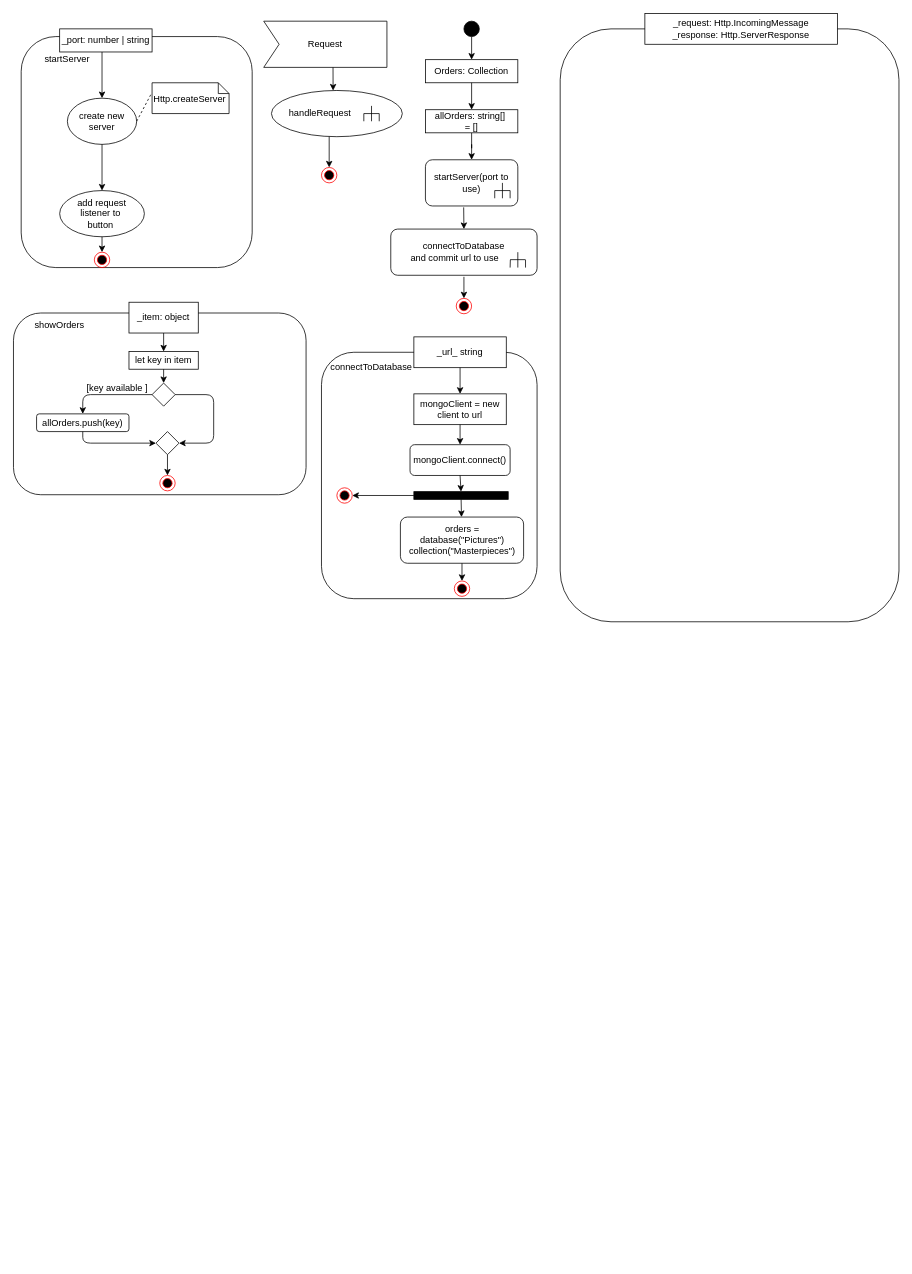
This is page "Server" (7 of 7) of Endabgabe/Konzeption/Konzeption.drawio from KohlerAl/EIA2, a draw.io file, before an edit. Source tidied: cells renumbered, new cells numbered last; positions are measured from the earlier drawing's top-left corner, leaving out a move shared by most shapes. Both pictures are drawn from the tidied source at 77%, with x=0, y=0 at pixel (13, 13).
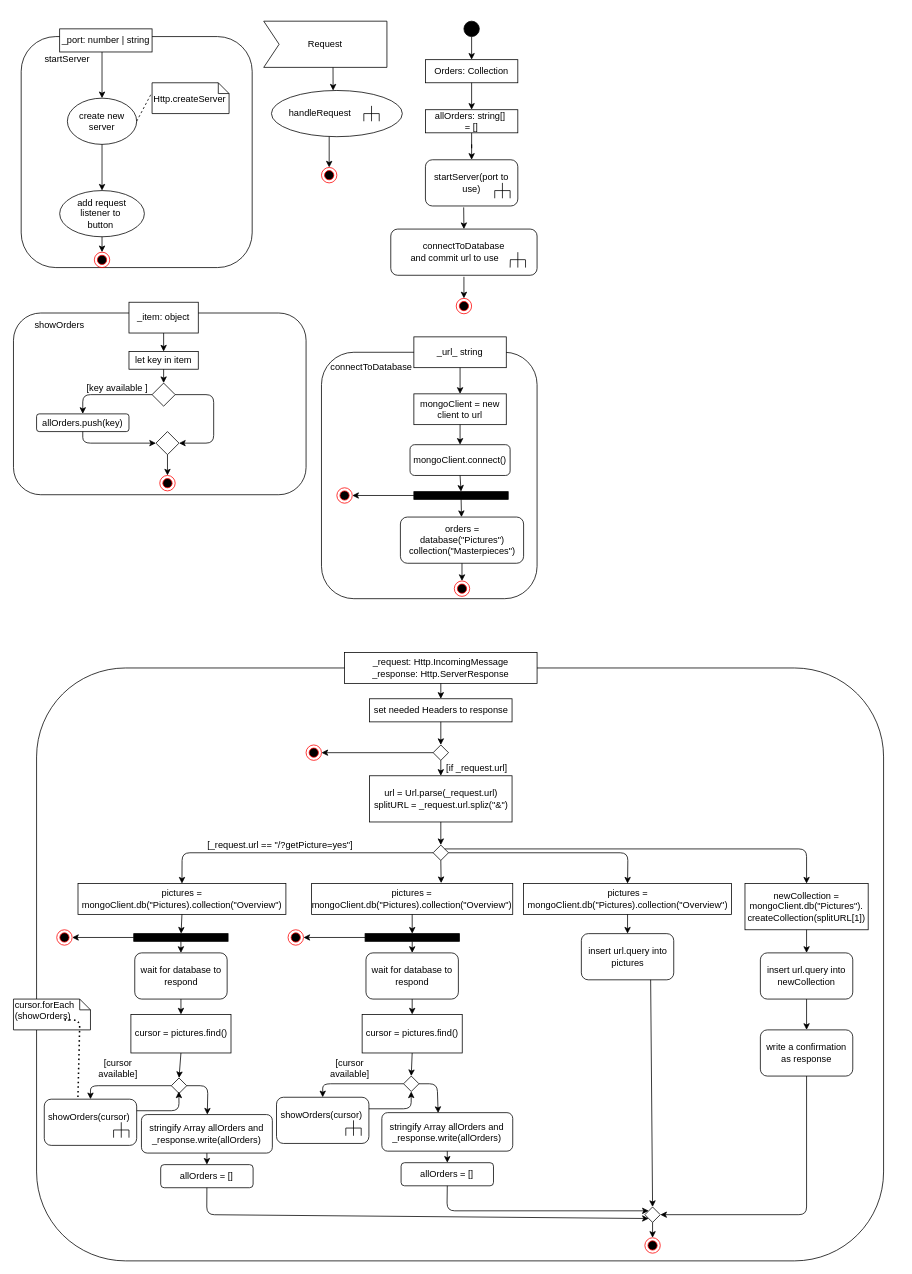
After the change.

The edit, as a diff of the source:
```diff
@@
     <mxCell id="76" style="rounded=1;whiteSpace=wrap;html=1;" parent="1" vertex="1">
-      <mxGeometry x="710" y="20" width="440" height="770" as="geometry" />
+      <mxGeometry x="30" y="850" width="1100" height="770" as="geometry" />
     </mxCell>
     <mxCell id="77" value="_request: Http.IncomingMessage&lt;br&gt;_response: Http.ServerResponse" style="rounded=0;whiteSpace=wrap;html=1;" parent="1" vertex="1">
-      <mxGeometry x="820" width="250" height="40" as="geometry" />
+      <mxGeometry x="430" y="830" width="250" height="40" as="geometry" />
     </mxCell>
+    <mxCell id="78" value="wait for database to respond" style="rounded=1;whiteSpace=wrap;html=1;" parent="1" vertex="1">
+      <mxGeometry x="157.5" y="1220" width="120" height="60" as="geometry" />
+    </mxCell>
+    <mxCell id="79" value="set needed Headers to response" style="rounded=0;whiteSpace=wrap;html=1;" parent="1" vertex="1">
+      <mxGeometry x="462.5" y="890" width="185" height="30" as="geometry" />
+    </mxCell>
+    <mxCell id="80" style="rhombus;whiteSpace=wrap;html=1;" parent="1" vertex="1">
+      <mxGeometry x="545" y="950" width="20" height="20" as="geometry" />
+    </mxCell>
+    <mxCell id="81" value="url = Url.parse(_request.url)&lt;br&gt;splitURL = _request.url.spliz(&quot;&amp;amp;&quot;)" style="rounded=0;whiteSpace=wrap;html=1;" parent="1" vertex="1">
+      <mxGeometry x="462.5" y="990" width="185" height="60" as="geometry" />
+    </mxCell>
+    <mxCell id="82" style="rhombus;whiteSpace=wrap;html=1;" parent="1" vertex="1">
+      <mxGeometry x="545" y="1080" width="20" height="20" as="geometry" />
+    </mxCell>
+    <mxCell id="83" style="endArrow=classic;html=1;exitX=0.5;exitY=1;exitDx=0;exitDy=0;entryX=0.5;entryY=0;entryDx=0;entryDy=0;" parent="1" edge="1" source="77" target="79">
+      <mxGeometry relative="1" as="geometry" />
+    </mxCell>
+    <mxCell id="84" style="endArrow=classic;html=1;exitX=0.5;exitY=1;exitDx=0;exitDy=0;entryX=0.5;entryY=0;entryDx=0;entryDy=0;" parent="1" edge="1" source="79" target="80">
+      <mxGeometry relative="1" as="geometry" />
+    </mxCell>
+    <mxCell id="85" style="endArrow=classic;html=1;exitX=0.5;exitY=1;exitDx=0;exitDy=0;entryX=0.5;entryY=0;entryDx=0;entryDy=0;" parent="1" edge="1" source="80" target="81">
+      <mxGeometry relative="1" as="geometry" />
+    </mxCell>
+    <mxCell id="86" style="endArrow=classic;html=1;exitX=0.5;exitY=1;exitDx=0;exitDy=0;entryX=0.5;entryY=0;entryDx=0;entryDy=0;" parent="1" edge="1" source="81" target="82">
+      <mxGeometry relative="1" as="geometry" />
+    </mxCell>
+    <mxCell id="87" value="pictures = mongoClient.db(&quot;Pictures).collection(&quot;Overview&quot;)" style="rounded=0;whiteSpace=wrap;html=1;" parent="1" vertex="1">
+      <mxGeometry x="83.8" y="1130" width="270" height="40" as="geometry" />
+    </mxCell>
+    <mxCell id="88" style="endArrow=classic;html=1;entryX=0.5;entryY=0;entryDx=0;entryDy=0;exitX=0.5;exitY=1;exitDx=0;exitDy=0;" parent="1" edge="1" source="89" target="78">
+      <mxGeometry relative="1" as="geometry" />
+    </mxCell>
+    <mxCell id="89" style="rounded=0;whiteSpace=wrap;html=1;fillColor=#000000;" parent="1" vertex="1">
+      <mxGeometry x="156.2" y="1195" width="122.5" height="10" as="geometry" />
+    </mxCell>
+    <mxCell id="90" style="ellipse;html=1;shape=endState;fillColor=#000000;strokeColor=#ff0000;" parent="1" vertex="1">
+      <mxGeometry x="56.2" y="1190" width="20" height="20" as="geometry" />
+    </mxCell>
+    <mxCell id="91" style="endArrow=classic;html=1;exitX=0;exitY=0.5;exitDx=0;exitDy=0;entryX=1;entryY=0.5;entryDx=0;entryDy=0;" parent="1" edge="1" source="89" target="90">
+      <mxGeometry relative="1" as="geometry" />
+    </mxCell>
+    <mxCell id="92" value="showOrders(cursor)&amp;nbsp;&lt;br&gt;&lt;br&gt;" style="rounded=1;whiteSpace=wrap;html=1;fillColor=#FFFFFF;" parent="1" vertex="1">
+      <mxGeometry x="40" y="1410" width="120" height="60" as="geometry" />
+    </mxCell>
+    <mxCell id="93" style="endArrow=none;html=1;" parent="1" edge="1">
+      <mxGeometry relative="1" as="geometry">
+        <mxPoint x="140" y="1460" as="sourcePoint" />
+        <mxPoint x="140" y="1440" as="targetPoint" />
+      </mxGeometry>
+    </mxCell>
+    <mxCell id="94" style="endArrow=none;html=1;" parent="1" edge="1">
+      <mxGeometry relative="1" as="geometry">
+        <mxPoint x="150" y="1450" as="sourcePoint" />
+        <mxPoint x="130" y="1450" as="targetPoint" />
+      </mxGeometry>
+    </mxCell>
+    <mxCell id="95" style="endArrow=none;html=1;" parent="1" edge="1">
+      <mxGeometry relative="1" as="geometry">
+        <mxPoint x="130" y="1460" as="sourcePoint" />
+        <mxPoint x="130" y="1450" as="targetPoint" />
+      </mxGeometry>
+    </mxCell>
+    <mxCell id="96" style="endArrow=none;html=1;" parent="1" edge="1">
+      <mxGeometry relative="1" as="geometry">
+        <mxPoint x="150" y="1460" as="sourcePoint" />
+        <mxPoint x="150" y="1450" as="targetPoint" />
+      </mxGeometry>
+    </mxCell>
+    <mxCell id="97" style="rhombus;whiteSpace=wrap;html=1;" parent="1" vertex="1">
+      <mxGeometry x="205" y="1382.5" width="20" height="20" as="geometry" />
+    </mxCell>
+    <mxCell id="98" style="endArrow=classic;html=1;exitX=0.5;exitY=1;exitDx=0;exitDy=0;entryX=0.5;entryY=0;entryDx=0;entryDy=0;" parent="1" edge="1" source="102" target="97">
+      <mxGeometry relative="1" as="geometry" />
+    </mxCell>
+    <mxCell id="99" style="endArrow=classic;html=1;exitX=1;exitY=0.25;exitDx=0;exitDy=0;" parent="1" edge="1" source="92">
+      <mxGeometry relative="1" as="geometry">
+        <mxPoint x="214.8" y="1400" as="targetPoint" />
+        <Array as="points">
+          <mxPoint x="215" y="1425" />
+        </Array>
+      </mxGeometry>
+    </mxCell>
+    <mxCell id="100" style="endArrow=classic;html=1;entryX=0.5;entryY=0;entryDx=0;entryDy=0;exitX=0;exitY=0.5;exitDx=0;exitDy=0;" parent="1" edge="1" source="97" target="92">
+      <mxGeometry relative="1" as="geometry">
+        <Array as="points">
+          <mxPoint x="100" y="1392.5" />
+        </Array>
+      </mxGeometry>
+    </mxCell>
+    <mxCell id="101" value="[cursor available]" style="text;html=1;strokeColor=none;fillColor=none;align=center;verticalAlign=middle;whiteSpace=wrap;rounded=0;" parent="1" vertex="1">
+      <mxGeometry x="106.2" y="1360" width="60" height="20" as="geometry" />
+    </mxCell>
+    <mxCell id="102" value="cursor = pictures.find()" style="rounded=0;whiteSpace=wrap;html=1;" parent="1" vertex="1">
+      <mxGeometry x="152.5" y="1300" width="130" height="50" as="geometry" />
+    </mxCell>
+    <mxCell id="103" style="endArrow=classic;html=1;exitX=0.5;exitY=1;exitDx=0;exitDy=0;entryX=0.5;entryY=0;entryDx=0;entryDy=0;" parent="1" edge="1" source="78" target="102">
+      <mxGeometry relative="1" as="geometry" />
+    </mxCell>
+    <mxCell id="104" value="cursor.forEach&lt;br&gt;(showOrders)" style="shape=note;whiteSpace=wrap;html=1;size=14;verticalAlign=top;align=left;spacingTop=-6;" parent="1" vertex="1">
+      <mxGeometry y="1280" width="100" height="40" as="geometry" />
+    </mxCell>
+    <mxCell id="105" style="endArrow=none;dashed=1;html=1;strokeWidth=2;exitX=0;exitY=0;exitDx=100;exitDy=27;exitPerimeter=0;entryX=0.364;entryY=-0.027;entryDx=0;entryDy=0;entryPerimeter=0;dashPattern=1 2;" parent="1" edge="1" target="92">
+      <mxGeometry relative="1" as="geometry">
+        <mxPoint x="66.2" y="1307" as="sourcePoint" />
+        <Array as="points">
+          <mxPoint x="86.2" y="1307" />
+        </Array>
+      </mxGeometry>
+    </mxCell>
+    <mxCell id="106" value="stringify Array allOrders and _response.write(allOrders)" style="rounded=1;whiteSpace=wrap;html=1;" parent="1" vertex="1">
+      <mxGeometry x="166.2" y="1430" width="170" height="50" as="geometry" />
+    </mxCell>
+    <mxCell id="107" value="allOrders = []" style="rounded=1;whiteSpace=wrap;html=1;" parent="1" vertex="1">
+      <mxGeometry x="191.2" y="1495" width="120" height="30" as="geometry" />
+    </mxCell>
+    <mxCell id="108" style="ellipse;html=1;shape=endState;fillColor=#000000;strokeColor=#ff0000;" parent="1" vertex="1">
+      <mxGeometry x="820" y="1590" width="20" height="20" as="geometry" />
+    </mxCell>
+    <mxCell id="109" style="endArrow=classic;html=1;exitX=1;exitY=0.5;exitDx=0;exitDy=0;" parent="1" edge="1" source="97" target="106">
+      <mxGeometry relative="1" as="geometry">
+        <Array as="points">
+          <mxPoint x="252.5" y="1392.5" />
+        </Array>
+      </mxGeometry>
+    </mxCell>
+    <mxCell id="110" style="endArrow=classic;html=1;exitX=0.5;exitY=1;exitDx=0;exitDy=0;" parent="1" edge="1" source="106" target="107">
+      <mxGeometry relative="1" as="geometry" />
+    </mxCell>
+    <mxCell id="111" style="endArrow=classic;html=1;exitX=0.5;exitY=1;exitDx=0;exitDy=0;entryX=0;entryY=1;entryDx=0;entryDy=0;" parent="1" edge="1" source="107" target="153">
+      <mxGeometry relative="1" as="geometry">
+        <Array as="points">
+          <mxPoint x="251" y="1560" />
+        </Array>
+      </mxGeometry>
+    </mxCell>
+    <mxCell id="112" style="endArrow=classic;html=1;exitX=0;exitY=0.5;exitDx=0;exitDy=0;entryX=0.5;entryY=0;entryDx=0;entryDy=0;" parent="1" edge="1" source="82" target="87">
+      <mxGeometry relative="1" as="geometry">
+        <Array as="points">
+          <mxPoint x="219" y="1090" />
+        </Array>
+      </mxGeometry>
+    </mxCell>
+    <mxCell id="113" value="[_request.url == &quot;/?getPicture=yes&quot;]" style="text;html=1;strokeColor=none;fillColor=none;align=center;verticalAlign=middle;whiteSpace=wrap;rounded=0;" parent="1" vertex="1">
+      <mxGeometry x="248" y="1070" width="197" height="20" as="geometry" />
+    </mxCell>
+    <mxCell id="114" style="endArrow=classic;html=1;exitX=0;exitY=0.5;exitDx=0;exitDy=0;entryX=1;entryY=0.5;entryDx=0;entryDy=0;" parent="1" edge="1" source="80" target="115">
+      <mxGeometry relative="1" as="geometry" />
+    </mxCell>
+    <mxCell id="115" style="ellipse;html=1;shape=endState;fillColor=#000000;strokeColor=#ff0000;" parent="1" vertex="1">
+      <mxGeometry x="380" y="950" width="20" height="20" as="geometry" />
+    </mxCell>
+    <mxCell id="116" value="[if _request.url]" style="text;html=1;strokeColor=none;fillColor=none;align=center;verticalAlign=middle;whiteSpace=wrap;rounded=0;" parent="1" vertex="1">
+      <mxGeometry x="552.5" y="970" width="97.5" height="20" as="geometry" />
+    </mxCell>
+    <mxCell id="117" style="endArrow=classic;html=1;exitX=0.5;exitY=1;exitDx=0;exitDy=0;" parent="1" edge="1" source="87" target="89">
+      <mxGeometry relative="1" as="geometry" />
+    </mxCell>
+    <mxCell id="118" value="wait for database to respond" style="rounded=1;whiteSpace=wrap;html=1;" parent="1" vertex="1">
+      <mxGeometry x="457.8" y="1220" width="120" height="60" as="geometry" />
+    </mxCell>
+    <mxCell id="119" value="pictures = mongoClient.db(&quot;Pictures).collection(&quot;Overview&quot;)" style="rounded=0;whiteSpace=wrap;html=1;" parent="1" vertex="1">
+      <mxGeometry x="387.2" y="1130" width="261.2" height="40" as="geometry" />
+    </mxCell>
+    <mxCell id="120" style="endArrow=classic;html=1;entryX=0.5;entryY=0;entryDx=0;entryDy=0;exitX=0.5;exitY=1;exitDx=0;exitDy=0;" parent="1" edge="1" source="121" target="118">
+      <mxGeometry relative="1" as="geometry" />
+    </mxCell>
+    <mxCell id="121" style="rounded=0;whiteSpace=wrap;html=1;fillColor=#000000;" parent="1" vertex="1">
+      <mxGeometry x="456.6" y="1195" width="122.5" height="10" as="geometry" />
+    </mxCell>
+    <mxCell id="122" style="ellipse;html=1;shape=endState;fillColor=#000000;strokeColor=#ff0000;" parent="1" vertex="1">
+      <mxGeometry x="356.6" y="1190" width="20" height="20" as="geometry" />
+    </mxCell>
+    <mxCell id="123" style="endArrow=classic;html=1;exitX=0;exitY=0.5;exitDx=0;exitDy=0;entryX=1;entryY=0.5;entryDx=0;entryDy=0;" parent="1" edge="1" source="121" target="122">
+      <mxGeometry relative="1" as="geometry" />
+    </mxCell>
+    <mxCell id="124" value="showOrders(cursor)&amp;nbsp;&lt;br&gt;&lt;br&gt;" style="rounded=1;whiteSpace=wrap;html=1;fillColor=#FFFFFF;" parent="1" vertex="1">
+      <mxGeometry x="341.6" y="1407.5" width="120" height="60" as="geometry" />
+    </mxCell>
+    <mxCell id="125" style="endArrow=none;html=1;" parent="1" edge="1">
+      <mxGeometry relative="1" as="geometry">
+        <mxPoint x="441.6" y="1457.5" as="sourcePoint" />
+        <mxPoint x="441.6" y="1437.5" as="targetPoint" />
+      </mxGeometry>
+    </mxCell>
+    <mxCell id="126" style="endArrow=none;html=1;" parent="1" edge="1">
+      <mxGeometry relative="1" as="geometry">
+        <mxPoint x="451.6" y="1447.5" as="sourcePoint" />
+        <mxPoint x="431.6" y="1447.5" as="targetPoint" />
+      </mxGeometry>
+    </mxCell>
+    <mxCell id="127" style="endArrow=none;html=1;" parent="1" edge="1">
+      <mxGeometry relative="1" as="geometry">
+        <mxPoint x="431.6" y="1457.5" as="sourcePoint" />
+        <mxPoint x="431.6" y="1447.5" as="targetPoint" />
+      </mxGeometry>
+    </mxCell>
+    <mxCell id="128" style="endArrow=none;html=1;" parent="1" edge="1">
+      <mxGeometry relative="1" as="geometry">
+        <mxPoint x="451.6" y="1457.5" as="sourcePoint" />
+        <mxPoint x="451.6" y="1447.5" as="targetPoint" />
+      </mxGeometry>
+    </mxCell>
+    <mxCell id="129" style="rhombus;whiteSpace=wrap;html=1;" parent="1" vertex="1">
+      <mxGeometry x="506.6" y="1380" width="20" height="20" as="geometry" />
+    </mxCell>
+    <mxCell id="130" style="endArrow=classic;html=1;exitX=0.5;exitY=1;exitDx=0;exitDy=0;entryX=0.5;entryY=0;entryDx=0;entryDy=0;" parent="1" edge="1" source="134" target="129">
+      <mxGeometry relative="1" as="geometry" />
+    </mxCell>
+    <mxCell id="131" style="endArrow=classic;html=1;exitX=1;exitY=0.25;exitDx=0;exitDy=0;entryX=0.5;entryY=1;entryDx=0;entryDy=0;" parent="1" edge="1" source="124" target="129">
+      <mxGeometry relative="1" as="geometry">
+        <Array as="points">
+          <mxPoint x="516.4" y="1422.5" />
+        </Array>
+      </mxGeometry>
+    </mxCell>
+    <mxCell id="132" style="endArrow=classic;html=1;entryX=0.5;entryY=0;entryDx=0;entryDy=0;exitX=0;exitY=0.5;exitDx=0;exitDy=0;" parent="1" edge="1" source="129" target="124">
+      <mxGeometry relative="1" as="geometry">
+        <Array as="points">
+          <mxPoint x="401.6" y="1390" />
+        </Array>
+      </mxGeometry>
+    </mxCell>
+    <mxCell id="133" value="[cursor available]" style="text;html=1;strokeColor=none;fillColor=none;align=center;verticalAlign=middle;whiteSpace=wrap;rounded=0;" parent="1" vertex="1">
+      <mxGeometry x="406.6" y="1360" width="60" height="20" as="geometry" />
+    </mxCell>
+    <mxCell id="134" value="cursor = pictures.find()" style="rounded=0;whiteSpace=wrap;html=1;" parent="1" vertex="1">
+      <mxGeometry x="452.8" y="1300" width="130" height="50" as="geometry" />
+    </mxCell>
+    <mxCell id="135" style="endArrow=classic;html=1;exitX=0.5;exitY=1;exitDx=0;exitDy=0;entryX=0.5;entryY=0;entryDx=0;entryDy=0;" parent="1" edge="1" source="118" target="134">
+      <mxGeometry relative="1" as="geometry" />
+    </mxCell>
+    <mxCell id="136" value="stringify Array allOrders and _response.write(allOrders)" style="rounded=1;whiteSpace=wrap;html=1;" parent="1" vertex="1">
+      <mxGeometry x="478.4" y="1427.5" width="170" height="50" as="geometry" />
+    </mxCell>
+    <mxCell id="137" value="allOrders = []" style="rounded=1;whiteSpace=wrap;html=1;" parent="1" vertex="1">
+      <mxGeometry x="503.4" y="1492.5" width="120" height="30" as="geometry" />
+    </mxCell>
+    <mxCell id="138" style="endArrow=classic;html=1;exitX=1;exitY=0.5;exitDx=0;exitDy=0;entryX=0.43;entryY=0.008;entryDx=0;entryDy=0;entryPerimeter=0;" parent="1" edge="1" source="129" target="136">
+      <mxGeometry relative="1" as="geometry">
+        <Array as="points">
+          <mxPoint x="550.3" y="1390" />
+        </Array>
+      </mxGeometry>
+    </mxCell>
+    <mxCell id="139" style="endArrow=classic;html=1;exitX=0.5;exitY=1;exitDx=0;exitDy=0;" parent="1" edge="1" source="136" target="137">
+      <mxGeometry relative="1" as="geometry" />
+    </mxCell>
+    <mxCell id="140" style="endArrow=classic;html=1;exitX=0.5;exitY=1;exitDx=0;exitDy=0;entryX=0;entryY=0;entryDx=0;entryDy=0;" parent="1" edge="1" source="137" target="153">
+      <mxGeometry relative="1" as="geometry">
+        <Array as="points">
+          <mxPoint x="563" y="1555" />
+        </Array>
+      </mxGeometry>
+    </mxCell>
+    <mxCell id="141" style="endArrow=classic;html=1;exitX=0.5;exitY=1;exitDx=0;exitDy=0;" parent="1" edge="1" source="119" target="121">
+      <mxGeometry relative="1" as="geometry" />
+    </mxCell>
+    <mxCell id="142" style="endArrow=classic;html=1;exitX=0.5;exitY=1;exitDx=0;exitDy=0;entryX=0.644;entryY=-0.015;entryDx=0;entryDy=0;entryPerimeter=0;" parent="1" edge="1" source="82" target="119">
+      <mxGeometry relative="1" as="geometry" />
+    </mxCell>
+    <mxCell id="143" value="pictures = mongoClient.db(&quot;Pictures).collection(&quot;Overview&quot;)" style="rounded=0;whiteSpace=wrap;html=1;" parent="1" vertex="1">
+      <mxGeometry x="662.5" y="1130" width="270" height="40" as="geometry" />
+    </mxCell>
+    <mxCell id="144" value="insert url.query into pictures" style="rounded=1;whiteSpace=wrap;html=1;" parent="1" vertex="1">
+      <mxGeometry x="737.5" y="1195" width="120" height="60" as="geometry" />
+    </mxCell>
+    <mxCell id="145" style="endArrow=classic;html=1;exitX=1;exitY=0.5;exitDx=0;exitDy=0;entryX=0.5;entryY=0;entryDx=0;entryDy=0;" parent="1" edge="1" source="82" target="143">
+      <mxGeometry relative="1" as="geometry">
+        <Array as="points">
+          <mxPoint x="798" y="1090" />
+        </Array>
+      </mxGeometry>
+    </mxCell>
+    <mxCell id="146" value="newCollection = mongoClient.db(&quot;Pictures&quot;).&lt;br&gt;createCollection(splitURL[1])" style="rounded=0;whiteSpace=wrap;html=1;" parent="1" vertex="1">
+      <mxGeometry x="950" y="1130" width="160" height="60" as="geometry" />
+    </mxCell>
+    <mxCell id="147" value="insert url.query into newCollection" style="rounded=1;whiteSpace=wrap;html=1;" parent="1" vertex="1">
+      <mxGeometry x="970" y="1220" width="120" height="60" as="geometry" />
+    </mxCell>
+    <mxCell id="148" value="write a confirmation as response" style="rounded=1;whiteSpace=wrap;html=1;" parent="1" vertex="1">
+      <mxGeometry x="970" y="1320" width="120" height="60" as="geometry" />
+    </mxCell>
+    <mxCell id="149" style="endArrow=classic;html=1;exitX=1;exitY=0;exitDx=0;exitDy=0;entryX=0.5;entryY=0;entryDx=0;entryDy=0;" parent="1" edge="1" source="82" target="146">
+      <mxGeometry relative="1" as="geometry">
+        <Array as="points">
+          <mxPoint x="1030" y="1085" />
+        </Array>
+      </mxGeometry>
+    </mxCell>
+    <mxCell id="150" style="endArrow=classic;html=1;exitX=0.5;exitY=1;exitDx=0;exitDy=0;entryX=0.5;entryY=0;entryDx=0;entryDy=0;" parent="1" edge="1" source="143" target="144">
+      <mxGeometry relative="1" as="geometry" />
+    </mxCell>
+    <mxCell id="151" style="endArrow=classic;html=1;exitX=0.5;exitY=1;exitDx=0;exitDy=0;" parent="1" edge="1" source="146" target="147">
+      <mxGeometry relative="1" as="geometry" />
+    </mxCell>
+    <mxCell id="152" style="endArrow=classic;html=1;exitX=0.5;exitY=1;exitDx=0;exitDy=0;" parent="1" edge="1" source="147" target="148">
+      <mxGeometry relative="1" as="geometry" />
+    </mxCell>
+    <mxCell id="153" style="rhombus;whiteSpace=wrap;html=1;" parent="1" vertex="1">
+      <mxGeometry x="820" y="1550" width="20" height="20" as="geometry" />
+    </mxCell>
+    <mxCell id="154" style="endArrow=classic;html=1;exitX=0.75;exitY=1;exitDx=0;exitDy=0;entryX=0.5;entryY=0;entryDx=0;entryDy=0;" parent="1" edge="1" source="144" target="153">
+      <mxGeometry relative="1" as="geometry" />
+    </mxCell>
+    <mxCell id="155" style="endArrow=classic;html=1;exitX=0.5;exitY=1;exitDx=0;exitDy=0;entryX=1;entryY=0.5;entryDx=0;entryDy=0;" parent="1" edge="1" source="148" target="153">
+      <mxGeometry relative="1" as="geometry">
+        <Array as="points">
+          <mxPoint x="1030" y="1560" />
+        </Array>
+      </mxGeometry>
+    </mxCell>
+    <mxCell id="156" style="endArrow=classic;html=1;exitX=0.5;exitY=1;exitDx=0;exitDy=0;" parent="1" edge="1" source="153" target="108">
+      <mxGeometry relative="1" as="geometry" />
+    </mxCell>
```
